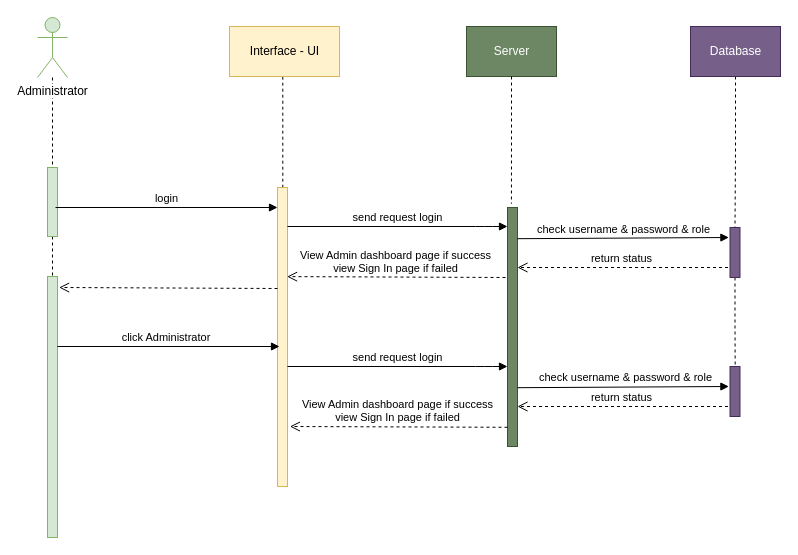
duyphuong403/PetCare keeps this draw.io diagram as page "Login - Profile" (1 of 4) of Admin-sequence-Diagram.drawio. Above is the earlier version. Source tidied: cells renumbered, new cells numbered last; positions are measured from the earlier drawing's top-left corner, leaving out a move shared by most shapes. Both pictures are drawn from the tidied source at 100%, with x=0, y=0 at pixel (37, 17).
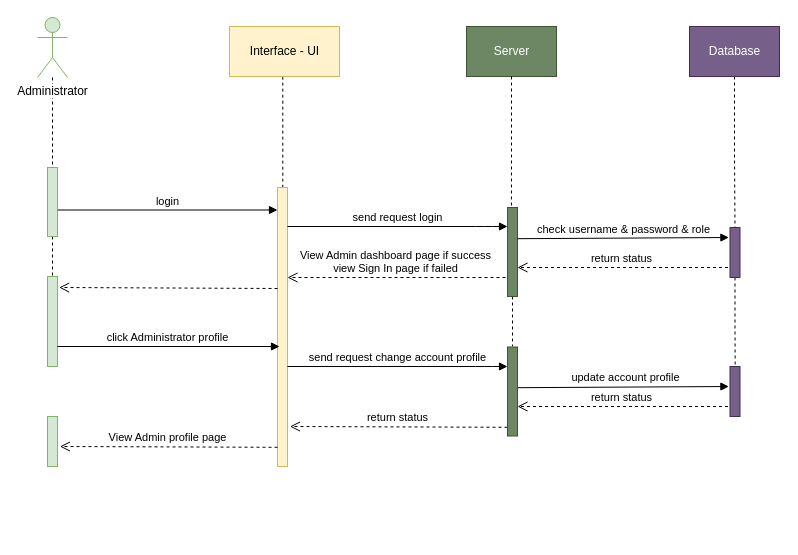
The same diagram, later.

Unchanged cells that the change refers to:
```xml
<mxCell id="5" style="html=1;points=[];perimeter=orthogonalPerimeter;fillColor=#d5e8d4;strokeColor=#82b366;" parent="1" vertex="1">
  <mxGeometry x="10" y="150" width="10" height="69" as="geometry" />
</mxCell>
```

Change to the diagram source:
```diff
@@
     <mxCell id="8" style="html=1;points=[];perimeter=orthogonalPerimeter;fillColor=#fff2cc;strokeColor=#d6b656;" parent="1" vertex="1">
-      <mxGeometry x="240" y="170" width="10" height="299" as="geometry" />
+      <mxGeometry x="240" y="170" width="10" height="279" as="geometry" />
     </mxCell>
@@
+    <mxCell id="29" style="edgeStyle=orthogonalEdgeStyle;rounded=0;jettySize=auto;html=1;entryX=0.5;entryY=-0.006;entryDx=0;entryDy=0;entryPerimeter=0;dashed=1;endArrow=none;endFill=0;" parent="1" edge="1" source="11" target="30">
+      <mxGeometry relative="1" as="geometry" />
+    </mxCell>
     <mxCell id="11" style="html=1;points=[];perimeter=orthogonalPerimeter;fillColor=#6d8764;strokeColor=#3A5431;fontColor=#ffffff;" parent="1" vertex="1">
-      <mxGeometry x="470" y="190" width="10" height="239" as="geometry" />
+      <mxGeometry x="470" y="190" width="10" height="89" as="geometry" />
     </mxCell>
@@
     <mxCell id="15" value="Database" style="html=1;fillColor=#76608a;strokeColor=#432D57;verticalAlign=middle;fontColor=#ffffff;" parent="1" vertex="1">
-      <mxGeometry x="653" y="9" width="90" height="50" as="geometry" />
+      <mxGeometry x="652" y="9" width="90" height="50" as="geometry" />
     </mxCell>
@@
-    <mxCell id="17" value="View Admin dashboard page if success&lt;br&gt;view Sign In page if failed" style="html=1;verticalAlign=bottom;endArrow=open;dashed=1;endSize=8;strokeColor=#000000;entryX=0.96;entryY=0.298;entryDx=0;entryDy=0;entryPerimeter=0;" parent="1" edge="1" target="8">
+    <mxCell id="17" value="View Admin dashboard page if success&lt;br&gt;view Sign In page if failed" style="html=1;verticalAlign=bottom;endArrow=open;dashed=1;endSize=8;strokeColor=#000000;" parent="1" edge="1">
       <mxGeometry x="0.01" relative="1" as="geometry">
         <mxPoint x="468" y="260" as="sourcePoint" />
+        <mxPoint x="250" y="260" as="targetPoint" />
       </mxGeometry>
     </mxCell>
-    <mxCell id="18" value="login" style="html=1;verticalAlign=bottom;endArrow=block;strokeColor=#000000;" parent="1" edge="1" target="8">
-      <mxGeometry relative="1" as="geometry">
-        <mxPoint x="18" y="190" as="sourcePoint" />
-      </mxGeometry>
+    <mxCell id="18" value="login" style="html=1;verticalAlign=bottom;endArrow=block;strokeColor=#000000;exitX=1.033;exitY=0.616;exitDx=0;exitDy=0;exitPerimeter=0;" parent="1" edge="1" source="5" target="8">
+      <mxGeometry relative="1" as="geometry" />
     </mxCell>
@@
     <mxCell id="22" style="html=1;points=[];perimeter=orthogonalPerimeter;fillColor=#d5e8d4;strokeColor=#82b366;" parent="1" vertex="1">
-      <mxGeometry x="10" y="259" width="10" height="261" as="geometry" />
+      <mxGeometry x="10" y="259" width="10" height="90" as="geometry" />
     </mxCell>
@@
-    <mxCell id="25" value="View Admin dashboard page if success&lt;br&gt;view Sign In page if failed" style="html=1;verticalAlign=bottom;endArrow=open;dashed=1;endSize=8;strokeColor=#000000;entryX=1.04;entryY=0.168;entryDx=0;entryDy=0;entryPerimeter=0;" parent="1" edge="1">
+    <mxCell id="25" value="return status" style="html=1;verticalAlign=bottom;endArrow=open;dashed=1;endSize=8;strokeColor=#000000;entryX=1.04;entryY=0.168;entryDx=0;entryDy=0;entryPerimeter=0;" parent="1" edge="1">
       <mxGeometry x="0.01" relative="1" as="geometry">
         <mxPoint x="470" y="409.8" as="sourcePoint" />
         <mxPoint x="252.4" y="409" as="targetPoint" />
       </mxGeometry>
     </mxCell>
-    <mxCell id="26" value="click Administrator&amp;nbsp;" style="html=1;verticalAlign=bottom;endArrow=block;strokeColor=#000000;" parent="1" edge="1">
+    <mxCell id="26" value="click Administrator profile" style="html=1;verticalAlign=bottom;endArrow=block;strokeColor=#000000;" parent="1" edge="1">
       <mxGeometry x="-0.01" relative="1" as="geometry">
         <mxPoint x="20" y="329" as="sourcePoint" />
         <mxPoint x="242" y="329" as="targetPoint" />
       </mxGeometry>
     </mxCell>
-    <mxCell id="27" value="send request login" style="html=1;verticalAlign=bottom;endArrow=block;strokeColor=#000000;" parent="1" edge="1">
+    <mxCell id="27" value="send request change account profile" style="html=1;verticalAlign=bottom;endArrow=block;strokeColor=#000000;" parent="1" edge="1">
       <mxGeometry relative="1" as="geometry">
         <mxPoint x="250" y="349" as="sourcePoint" />
         <mxPoint x="470" y="349" as="targetPoint" />
         <Array as="points">
           <mxPoint x="448" y="349" />
         </Array>
       </mxGeometry>
     </mxCell>
-    <mxCell id="28" value="check username &amp;amp; password &amp;amp; role" style="html=1;verticalAlign=bottom;endArrow=block;strokeColor=#000000;exitX=1.24;exitY=0.513;exitDx=0;exitDy=0;exitPerimeter=0;entryX=0.13;entryY=0.397;entryDx=0;entryDy=0;entryPerimeter=0;" parent="1" edge="1">
+    <mxCell id="28" value="update account profile" style="html=1;verticalAlign=bottom;endArrow=block;strokeColor=#000000;exitX=1.24;exitY=0.513;exitDx=0;exitDy=0;exitPerimeter=0;entryX=0.13;entryY=0.397;entryDx=0;entryDy=0;entryPerimeter=0;" parent="1" edge="1">
       <mxGeometry x="0.02" y="1" relative="1" as="geometry">
         <mxPoint x="480" y="370.2" as="sourcePoint" />
         <mxPoint x="691.4" y="369" as="targetPoint" />
       </mxGeometry>
     </mxCell>
+    <mxCell id="30" style="html=1;points=[];perimeter=orthogonalPerimeter;fillColor=#6d8764;strokeColor=#3A5431;fontColor=#ffffff;" parent="1" vertex="1">
+      <mxGeometry x="470" y="329.5" width="10" height="89" as="geometry" />
+    </mxCell>
+    <mxCell id="31" style="html=1;perimeter=orthogonalPerimeter;fillColor=#d5e8d4;strokeColor=#82b366;" parent="1" vertex="1">
+      <mxGeometry x="10" y="399" width="10" height="50" as="geometry" />
+    </mxCell>
+    <mxCell id="32" value="View Admin profile page" style="html=1;verticalAlign=bottom;endArrow=open;dashed=1;endSize=8;strokeColor=#000000;entryX=1.04;entryY=0.168;entryDx=0;entryDy=0;entryPerimeter=0;" parent="1" edge="1">
+      <mxGeometry x="0.01" relative="1" as="geometry">
+        <mxPoint x="240" y="429.8" as="sourcePoint" />
+        <mxPoint x="22.4" y="429" as="targetPoint" />
+      </mxGeometry>
+    </mxCell>
```
